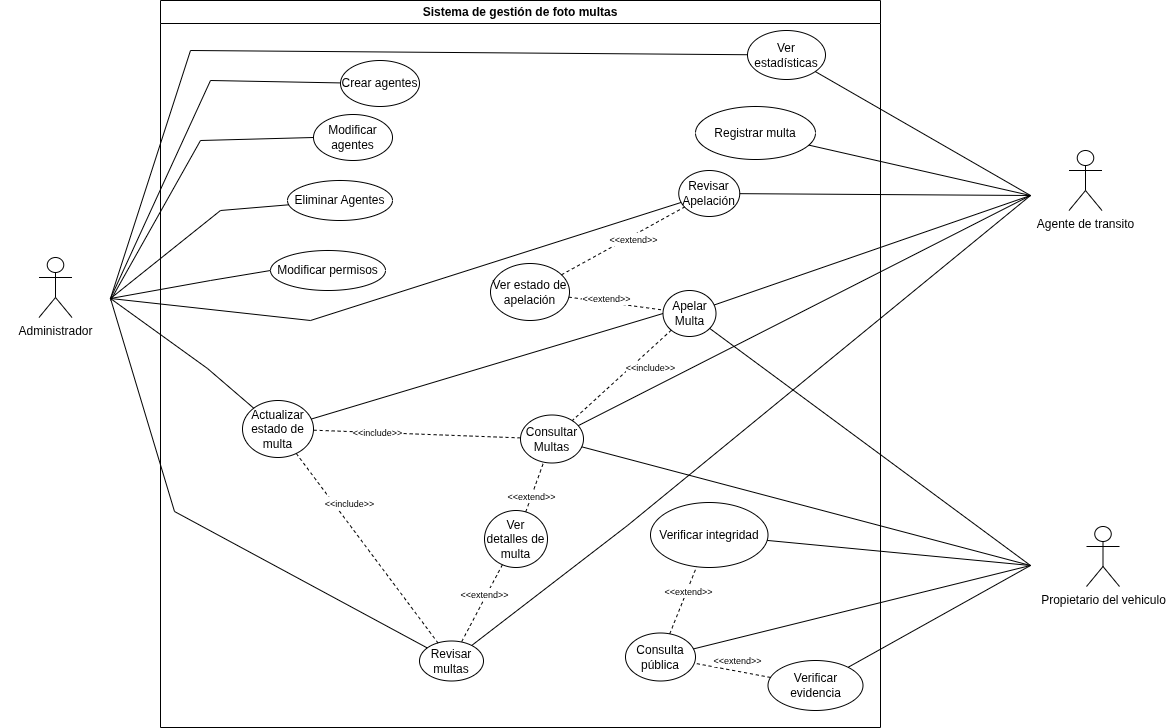
This is Images/CasosUso.png from CristianGT089/fotomultas, a draw.io export, as it was before one commit. Source tidied: cells renumbered, new cells last; positions are measured from the earlier drawing's top-left corner, leaving out a move shared by most shapes.
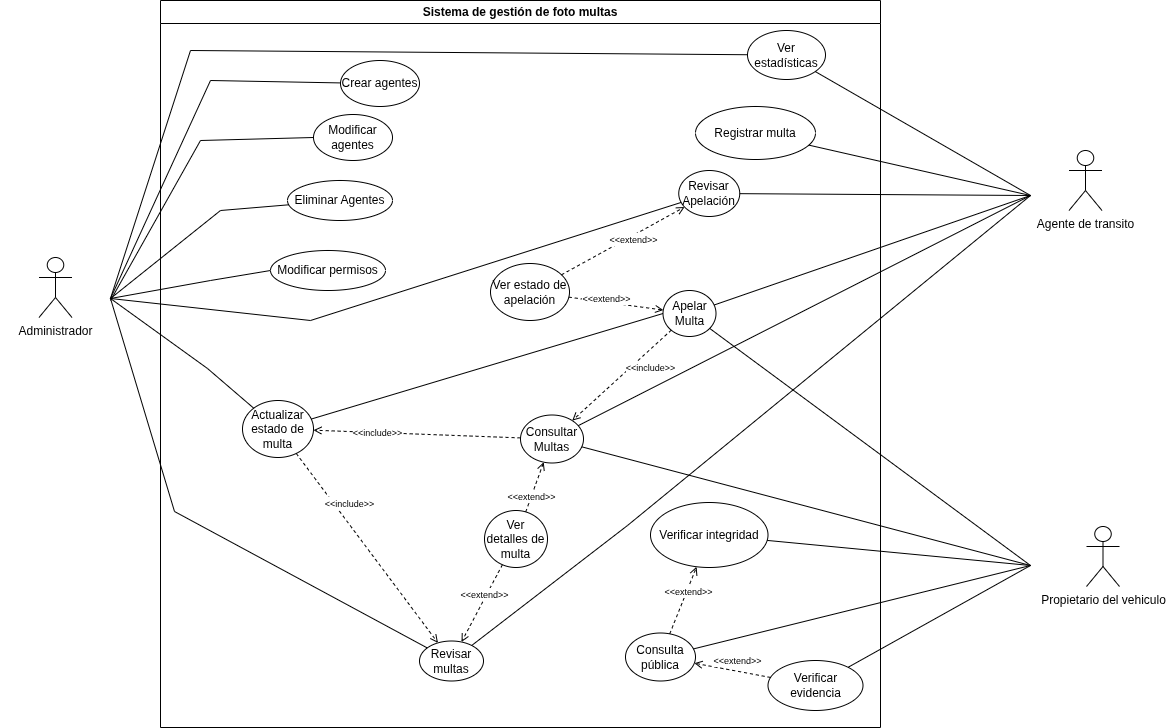
The same file after the commit.

Commit message:
change img CasoUsos

What changed in the source:
```diff
@@ -23,7 +23,7 @@
     <mxCell id="8" value="Registrar multa" style="ellipse;whiteSpace=wrap;html=1;" parent="2" vertex="1">
       <mxGeometry x="535" y="106" width="120" height="53" as="geometry" />
     </mxCell>
-    <mxCell id="9" style="html=1;verticalAlign=bottom;labelBackgroundColor=none;endArrow=none;endFill=0;dashed=1;rounded=0;" parent="2" edge="1" source="6" target="7">
+    <mxCell id="9" style="html=1;verticalAlign=bottom;labelBackgroundColor=none;endArrow=open;endFill=0;dashed=1;rounded=0;" parent="2" edge="1" source="6" target="7">
       <mxGeometry x="-0.38" y="31" relative="1" as="geometry" />
     </mxCell>
     <mxCell id="10" value="&lt;span style=&quot;font-size: 9px;&quot;&gt;&amp;lt;&amp;lt;extend&amp;gt;&amp;gt;&lt;/span&gt;" style="edgeLabel;html=1;align=center;verticalAlign=middle;" parent="9" vertex="1">
@@ -37,7 +37,7 @@
     <mxCell id="12" value="Actualizar estado de multa" style="ellipse;whiteSpace=wrap;html=1;" parent="2" vertex="1">
       <mxGeometry x="82" y="400" width="71" height="57" as="geometry" />
     </mxCell>
-    <mxCell id="13" style="html=1;verticalAlign=bottom;labelBackgroundColor=none;endArrow=none;endFill=0;dashed=1;rounded=0;" parent="2" edge="1" source="12" target="11">
+    <mxCell id="13" style="html=1;verticalAlign=bottom;labelBackgroundColor=none;endArrow=open;endFill=0;dashed=1;rounded=0;" parent="2" edge="1" source="12" target="11">
       <mxGeometry x="0.22" y="-24" relative="1" as="geometry" />
     </mxCell>
     <mxCell id="14" value="&lt;span style=&quot;font-size: 9px;&quot;&gt;&amp;lt;&amp;lt;include&amp;gt;&amp;gt;&lt;/span&gt;" style="edgeLabel;html=1;align=center;verticalAlign=middle;" parent="13" vertex="1">
@@ -48,7 +48,7 @@
     <mxCell id="15" value="Ver detalles de multa" style="ellipse;whiteSpace=wrap;html=1;" parent="2" vertex="1">
       <mxGeometry x="324" y="510" width="63" height="57" as="geometry" />
     </mxCell>
-    <mxCell id="16" style="html=1;verticalAlign=bottom;labelBackgroundColor=none;endArrow=none;endFill=0;dashed=1;rounded=0;" parent="2" edge="1" source="15" target="11">
+    <mxCell id="16" style="html=1;verticalAlign=bottom;labelBackgroundColor=none;endArrow=open;endFill=0;dashed=1;rounded=0;" parent="2" edge="1" source="15" target="11">
       <mxGeometry x="-0.87" y="-33" relative="1" as="geometry" />
     </mxCell>
     <mxCell id="17" value="&lt;font style=&quot;font-size: 9px;&quot;&gt;&amp;lt;&amp;lt;extend&amp;gt;&amp;gt;&lt;/font&gt;" style="edgeLabel;html=1;align=center;verticalAlign=middle;" parent="16" vertex="1">
@@ -59,7 +59,7 @@
     <mxCell id="18" value="Apelar Multa" style="ellipse;whiteSpace=wrap;html=1;" parent="2" vertex="1">
       <mxGeometry x="502.5" y="290" width="53" height="46" as="geometry" />
     </mxCell>
-    <mxCell id="19" style="html=1;verticalAlign=bottom;labelBackgroundColor=none;endArrow=none;endFill=0;dashed=1;rounded=0;" parent="2" edge="1" source="6" target="18">
+    <mxCell id="19" style="html=1;verticalAlign=bottom;labelBackgroundColor=none;endArrow=open;endFill=0;dashed=1;rounded=0;" parent="2" edge="1" source="6" target="18">
       <mxGeometry x="0.1" y="7" relative="1" as="geometry" />
     </mxCell>
     <mxCell id="20" value="&lt;span style=&quot;font-size: 9px;&quot;&gt;&amp;lt;&amp;lt;extend&amp;gt;&amp;gt;&lt;/span&gt;" style="edgeLabel;html=1;align=center;verticalAlign=middle;" parent="19" vertex="1">
@@ -82,7 +82,7 @@
     <mxCell id="25" value="Verificar evidencia" style="ellipse;whiteSpace=wrap;html=1;" parent="2" vertex="1">
       <mxGeometry x="607.5" y="660" width="95" height="50" as="geometry" />
     </mxCell>
-    <mxCell id="26" style="html=1;verticalAlign=bottom;labelBackgroundColor=none;endArrow=none;endFill=0;dashed=1;rounded=0;" parent="2" edge="1" source="22" target="12">
+    <mxCell id="26" style="html=1;verticalAlign=bottom;labelBackgroundColor=none;endArrow=open;endFill=0;dashed=1;rounded=0;" parent="2" edge="1" source="22" target="12">
       <mxGeometry x="0.3" y="-12" relative="1" as="geometry" />
     </mxCell>
     <mxCell id="27" value="&lt;font style=&quot;font-size: 9px;&quot;&gt;&amp;lt;&amp;lt;include&amp;gt;&amp;gt;&lt;/font&gt;" style="edgeLabel;html=1;align=center;verticalAlign=middle;" parent="26" vertex="1">
@@ -90,13 +90,13 @@
         <mxPoint x="-2" y="-1" as="offset" />
       </mxGeometry>
     </mxCell>
-    <mxCell id="28" style="html=1;verticalAlign=bottom;labelBackgroundColor=none;endArrow=none;endFill=0;dashed=1;rounded=0;" parent="2" edge="1" source="15" target="22">
+    <mxCell id="28" style="html=1;verticalAlign=bottom;labelBackgroundColor=none;endArrow=open;endFill=0;dashed=1;rounded=0;" parent="2" edge="1" source="15" target="22">
       <mxGeometry x="-0.54" y="35" relative="1" as="geometry" />
     </mxCell>
     <mxCell id="29" value="&lt;span style=&quot;font-size: 9px;&quot;&gt;&amp;lt;&amp;lt;extend&amp;gt;&amp;gt;&lt;/span&gt;" style="edgeLabel;html=1;align=center;verticalAlign=middle;" parent="28" vertex="1">
       <mxGeometry x="-0.38" relative="1" as="geometry" />
     </mxCell>
-    <mxCell id="30" style="html=1;verticalAlign=bottom;labelBackgroundColor=none;endArrow=none;endFill=0;dashed=1;rounded=0;" parent="2" edge="1" source="18" target="22">
+    <mxCell id="30" style="html=1;verticalAlign=bottom;labelBackgroundColor=none;endArrow=open;endFill=0;dashed=1;rounded=0;" parent="2" edge="1" source="18" target="22">
       <mxGeometry x="0.3" y="-12" relative="1" as="geometry" />
     </mxCell>
     <mxCell id="31" value="&lt;span style=&quot;font-size: 9px;&quot;&gt;&amp;lt;&amp;lt;include&amp;gt;&amp;gt;&lt;/span&gt;" style="edgeLabel;html=1;align=center;verticalAlign=middle;" parent="30" vertex="1">
@@ -104,7 +104,7 @@
         <mxPoint x="5" y="13" as="offset" />
       </mxGeometry>
     </mxCell>
-    <mxCell id="32" style="html=1;verticalAlign=bottom;labelBackgroundColor=none;endArrow=none;endFill=0;dashed=1;rounded=0;" parent="2" edge="1" source="24" target="23">
+    <mxCell id="32" style="html=1;verticalAlign=bottom;labelBackgroundColor=none;endArrow=open;endFill=0;dashed=1;rounded=0;" parent="2" edge="1" source="24" target="23">
       <mxGeometry relative="1" as="geometry" />
     </mxCell>
     <mxCell id="33" value="&lt;span style=&quot;font-size: 9px;&quot;&gt;&amp;lt;&amp;lt;extend&amp;gt;&amp;gt;&lt;/span&gt;" style="edgeLabel;html=1;align=center;verticalAlign=middle;" parent="32" vertex="1">
@@ -112,7 +112,7 @@
         <mxPoint x="5" y="-10" as="offset" />
       </mxGeometry>
     </mxCell>
-    <mxCell id="34" style="html=1;verticalAlign=bottom;labelBackgroundColor=none;endArrow=none;endFill=0;dashed=1;rounded=0;" parent="2" edge="1" source="25" target="24">
+    <mxCell id="34" style="html=1;verticalAlign=bottom;labelBackgroundColor=none;endArrow=open;endFill=0;dashed=1;rounded=0;" parent="2" edge="1" source="25" target="24">
       <mxGeometry relative="1" as="geometry" />
     </mxCell>
     <mxCell id="35" value="&lt;span style=&quot;font-size: 9px;&quot;&gt;&amp;lt;&amp;lt;extend&amp;gt;&amp;gt;&lt;/span&gt;" style="edgeLabel;html=1;align=center;verticalAlign=middle;" parent="34" vertex="1">
```
